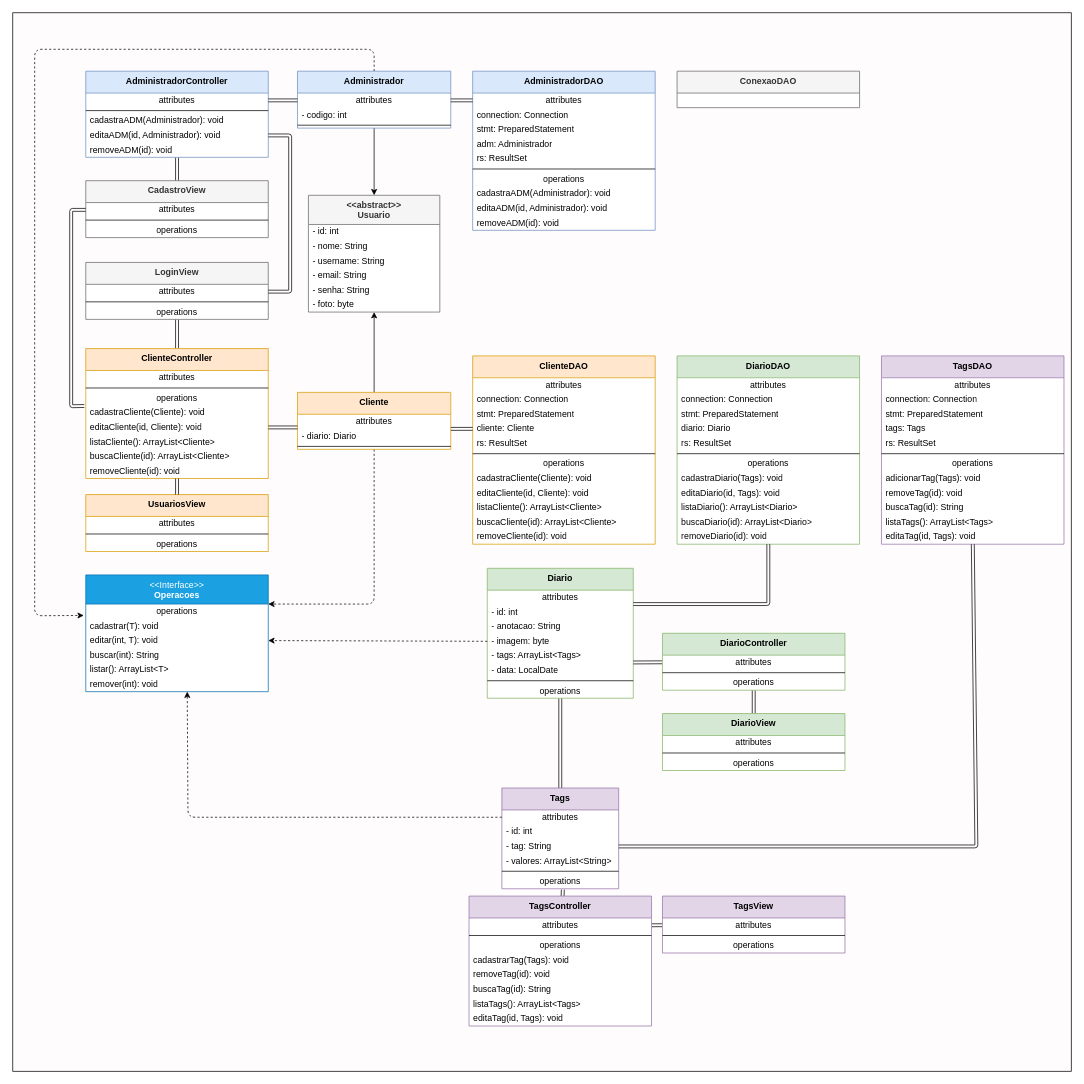
This is Documentação/diagramaUML.drawio from laisvarela/DiarioProjeto, a draw.io file, before an edit. Source tidied: cells renumbered, new cells numbered last; positions are measured from the earlier drawing's top-left corner, leaving out a move shared by most shapes. Both pictures are drawn from the tidied source at 73%, with x=0, y=0 at pixel (12, 12).
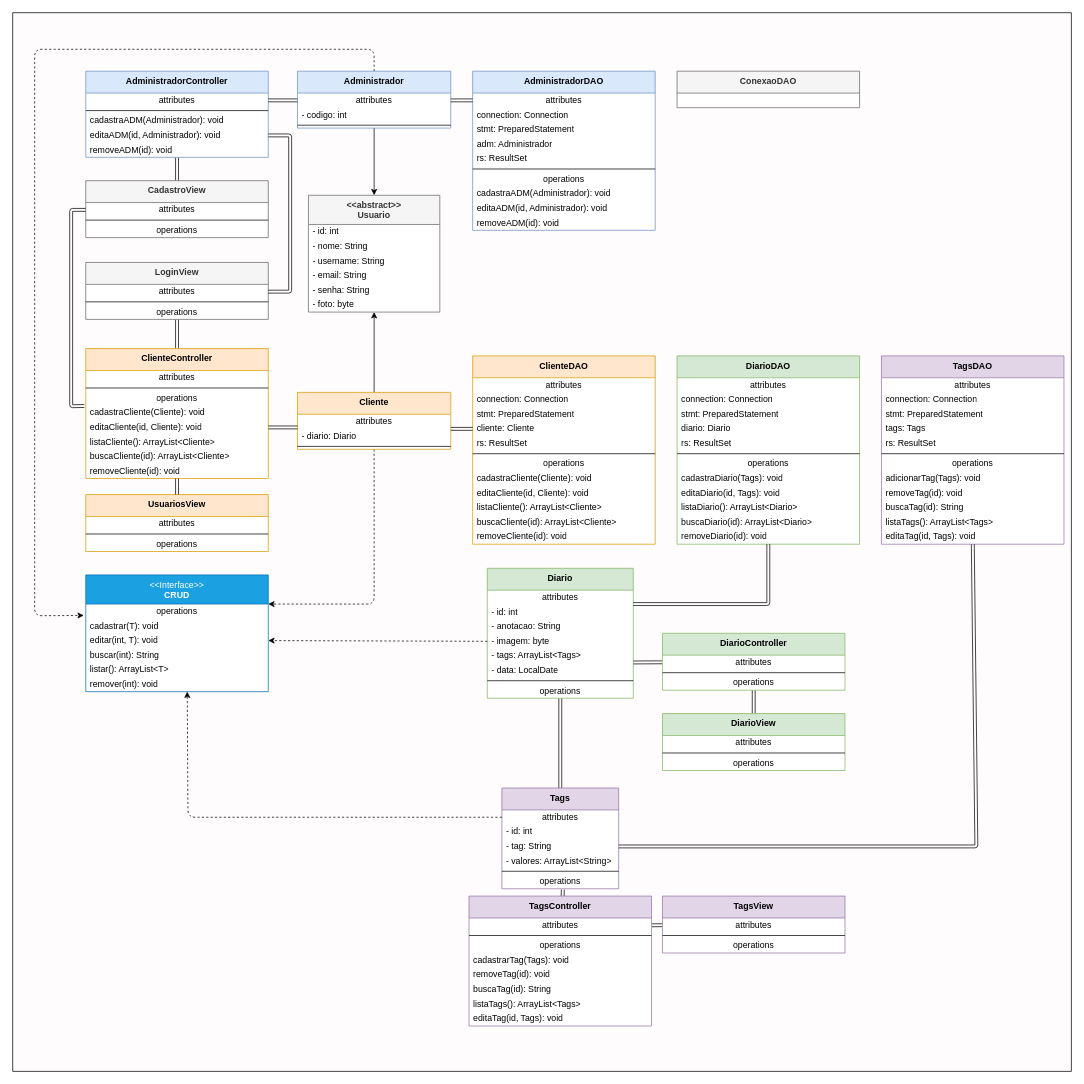
The same page after the edit.

What changed in the source:
```diff
@@
-    <mxCell id="151" value="&lt;div&gt;&lt;span style=&quot;background-color: transparent;&quot;&gt;&amp;lt;&amp;lt;Interface&amp;gt;&amp;gt;&lt;/span&gt;&lt;/div&gt;&lt;div&gt;&lt;b style=&quot;background-color: transparent;&quot;&gt;Operacoes&lt;/b&gt;&lt;/div&gt;" style="swimlane;fontStyle=0;align=center;verticalAlign=top;horizontal=1;startSize=40;html=1;whiteSpace=wrap;fillColor=#1ba1e2;strokeColor=#006EAF;swimlaneFillColor=default;fontColor=#ffffff;" parent="1" vertex="1">
+    <mxCell id="151" value="&lt;div&gt;&lt;span style=&quot;background-color: transparent;&quot;&gt;&amp;lt;&amp;lt;Interface&amp;gt;&amp;gt;&lt;/span&gt;&lt;/div&gt;&lt;div&gt;&lt;b&gt;CRUD&lt;/b&gt;&lt;/div&gt;" style="swimlane;fontStyle=0;align=center;verticalAlign=top;horizontal=1;startSize=40;html=1;whiteSpace=wrap;fillColor=#1ba1e2;strokeColor=#006EAF;swimlaneFillColor=default;fontColor=#ffffff;" parent="1" vertex="1">
       <mxGeometry x="100" y="770" width="250" height="160" as="geometry" />
     </mxCell>
```
